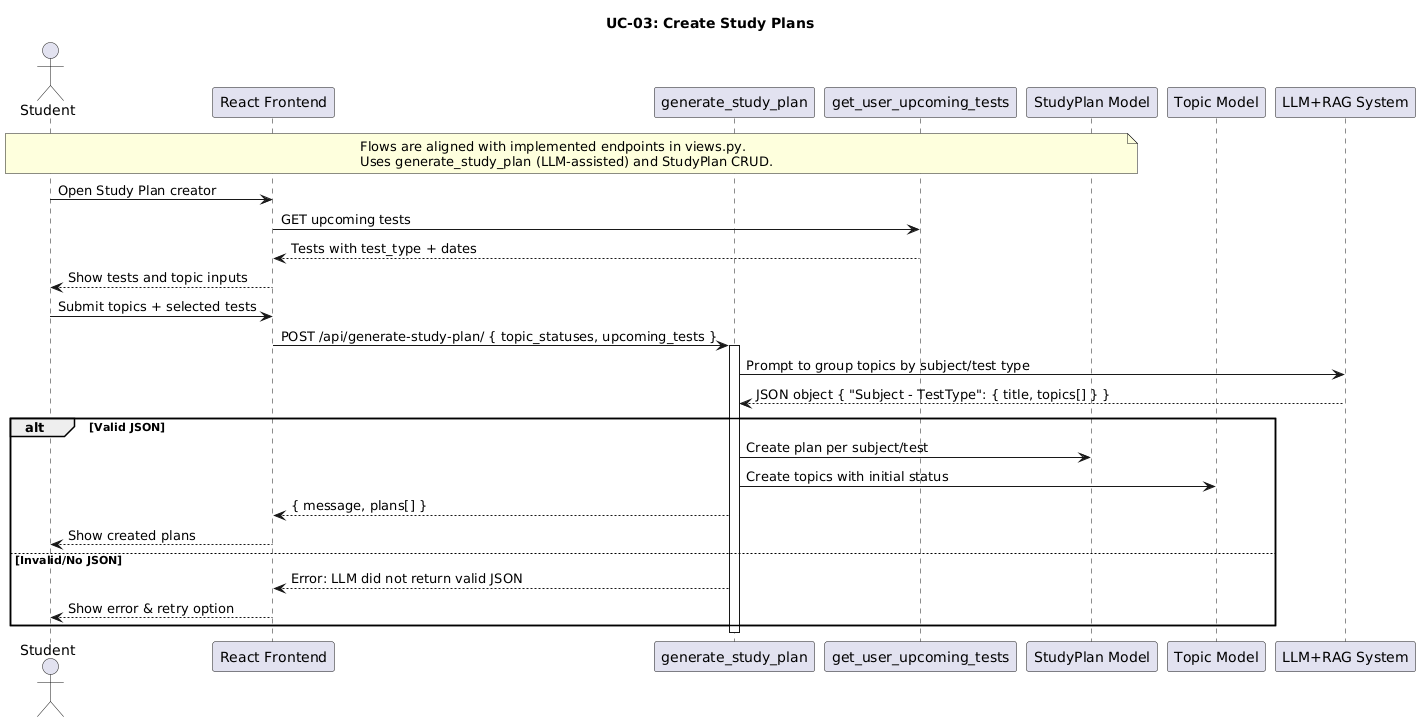
Before: planttext/us3-v1.png, a diagram exported from PlantUML (MMMustafakamran/SDs). Source of this version:
```plantuml
@startuml
title UC-03: Create Study Plans

actor Student
participant Frontend as "React Frontend"
participant StudyPlanAPI as "generate_study_plan"
participant UpcomingTestAPI as "get_user_upcoming_tests"
participant StudyPlan as "StudyPlan Model"
participant Topic as "Topic Model"
participant LLM as "LLM+RAG System"

note over Student, StudyPlan
Flows are aligned with implemented endpoints in views.py.
Uses generate_study_plan (LLM-assisted) and StudyPlan CRUD.
end note

Student -> Frontend : Open Study Plan creator
Frontend -> UpcomingTestAPI : GET upcoming tests
UpcomingTestAPI --> Frontend : Tests with test_type + dates
Frontend --> Student : Show tests and topic inputs

Student -> Frontend : Submit topics + selected tests
Frontend -> StudyPlanAPI : POST /api/generate-study-plan/ { topic_statuses, upcoming_tests }
activate StudyPlanAPI
StudyPlanAPI -> LLM : Prompt to group topics by subject/test type
LLM --> StudyPlanAPI : JSON object { "Subject - TestType": { title, topics[] } }

alt Valid JSON
    StudyPlanAPI -> StudyPlan : Create plan per subject/test
    StudyPlanAPI -> Topic : Create topics with initial status
    StudyPlanAPI --> Frontend : { message, plans[] }
    Frontend --> Student : Show created plans
else Invalid/No JSON
    StudyPlanAPI --> Frontend : Error: LLM did not return valid JSON
    Frontend --> Student : Show error & retry option
end
deactivate StudyPlanAPI
@enduml
```
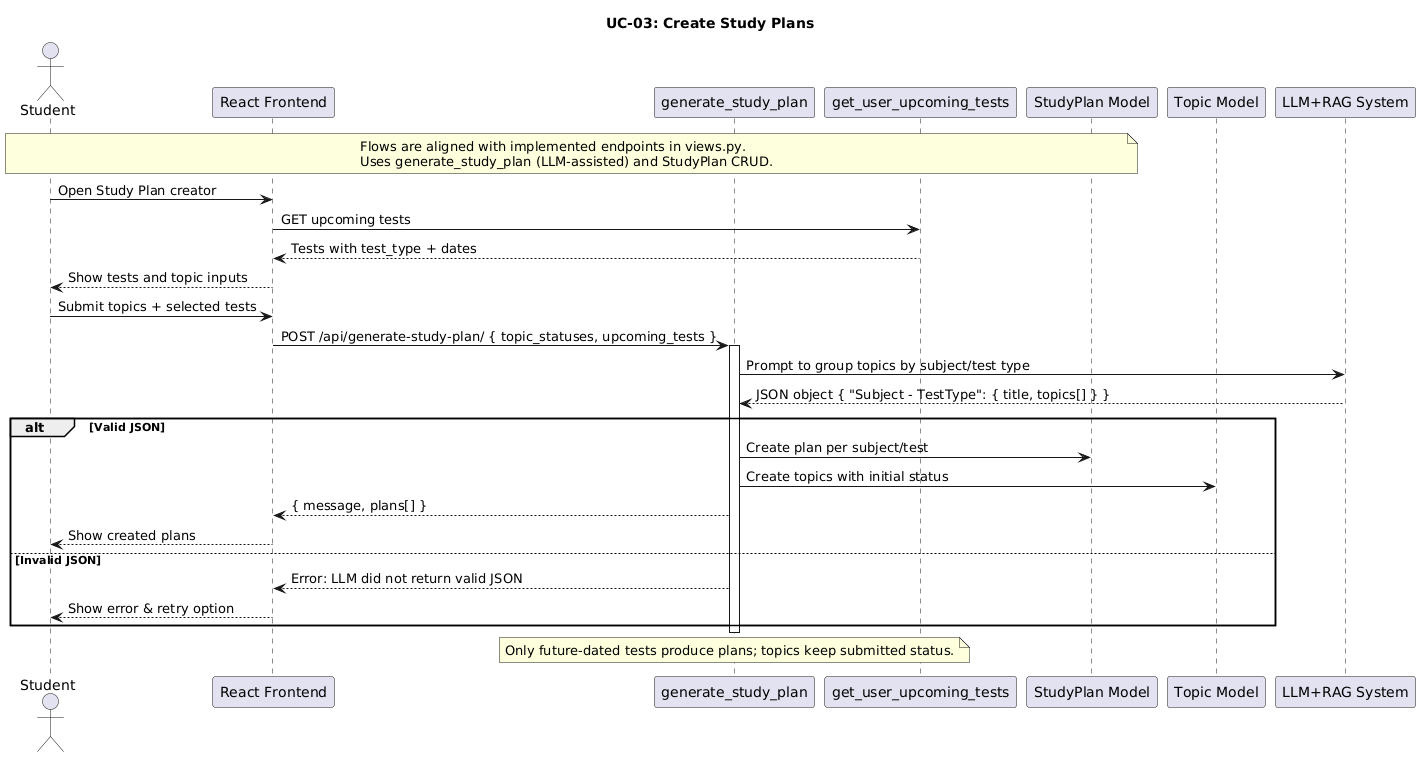
Later version of the same file.

The edit, as a diff of the source:
```diff
@@ -30,9 +30,13 @@
     StudyPlanAPI -> Topic : Create topics with initial status
     StudyPlanAPI --> Frontend : { message, plans[] }
     Frontend --> Student : Show created plans
-else Invalid/No JSON
+else Invalid JSON
     StudyPlanAPI --> Frontend : Error: LLM did not return valid JSON
     Frontend --> Student : Show error & retry option
 end
 deactivate StudyPlanAPI
+
+note over StudyPlanAPI
+Only future-dated tests produce plans; topics keep submitted status.
+end note
 @enduml
```
